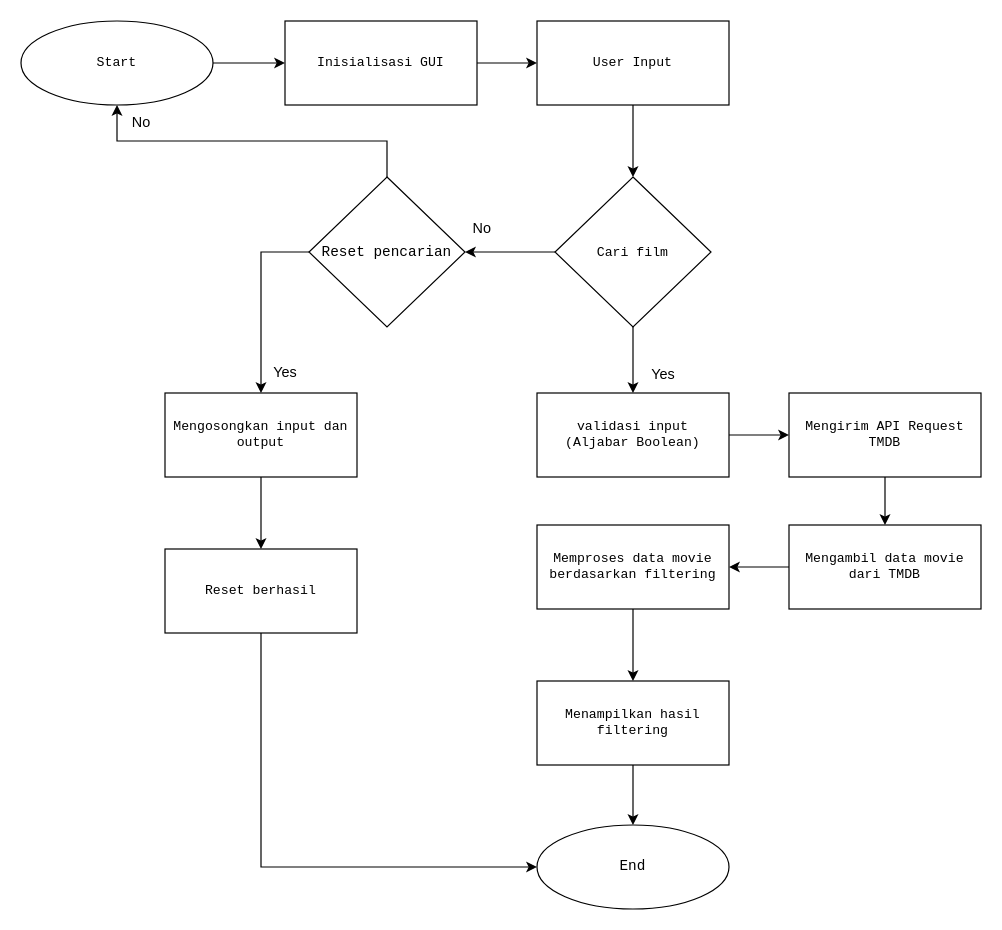
Above: Untitled Diagram.drawio in rizabraum/moviefilters (draw.io), before the change. Source tidied: cells renumbered, new cells numbered last; positions are measured from the earlier drawing's top-left corner, leaving out a move shared by most shapes. Both pictures are drawn from the tidied source at 120%, with x=0, y=0 at pixel (20, 20).
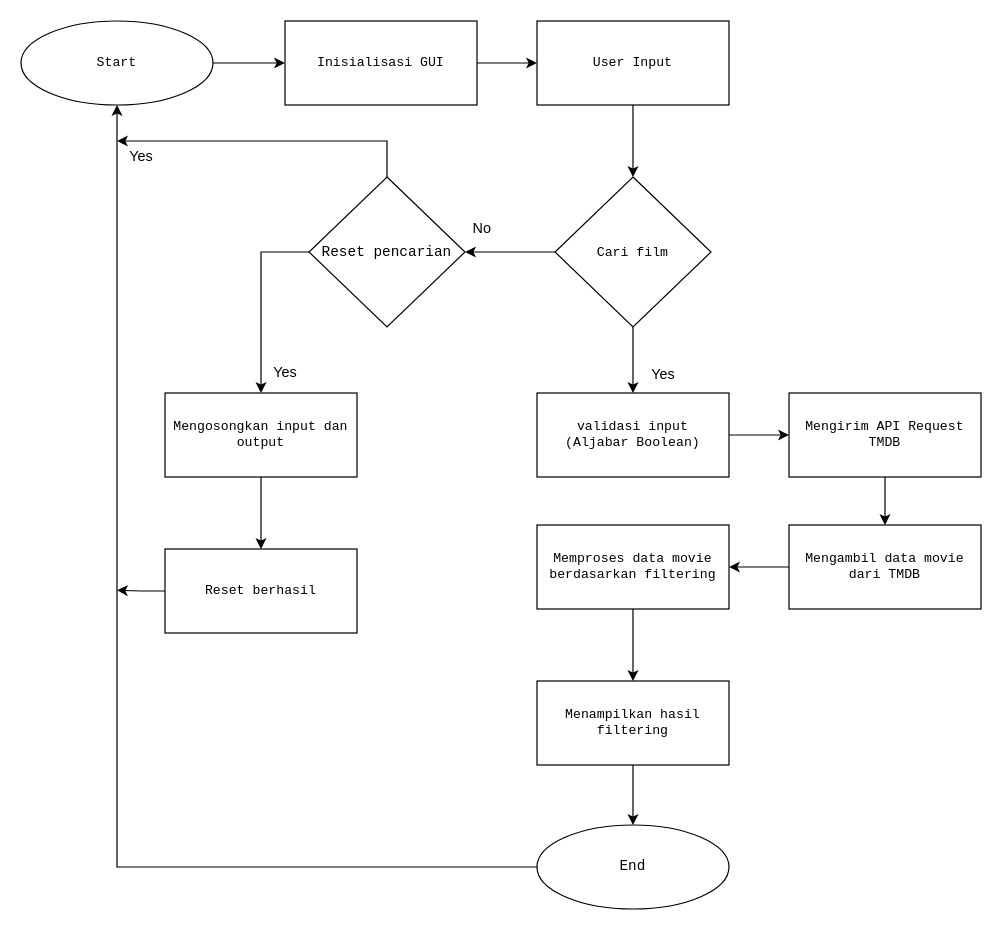
The same page after the edit.

The change refers to these unchanged cells:
```xml
<mxCell id="3" value="Start" style="ellipse;whiteSpace=wrap;html=1;fontFamily=Courier New;fontSize=11;" parent="1" vertex="1">
  <mxGeometry width="160" height="70" as="geometry" />
</mxCell>
<mxCell id="22" value="End" style="ellipse;whiteSpace=wrap;html=1;fontFamily=Courier New;" parent="1" vertex="1">
  <mxGeometry x="430" y="670" width="160" height="70" as="geometry" />
</mxCell>
<mxCell id="26" value="Reset pencarian" style="rhombus;whiteSpace=wrap;html=1;fontFamily=Courier New;" parent="1" vertex="1">
  <mxGeometry x="240" y="130" width="130" height="125" as="geometry" />
</mxCell>
<mxCell id="28" value="Reset berhasil" style="whiteSpace=wrap;html=1;fontSize=11;fontFamily=Courier New;" parent="1" vertex="1">
  <mxGeometry x="120" y="440" width="160" height="70" as="geometry" />
</mxCell>
```

Diff of the diagram source:
```diff
@@
+    <mxCell id="33" style="edgeStyle=orthogonalEdgeStyle;rounded=0;jettySize=auto;html=1;entryX=0.5;entryY=1;entryDx=0;entryDy=0;" parent="1" edge="1" source="22" target="3">
+      <mxGeometry relative="1" as="geometry" />
+    </mxCell>
@@
-    <mxCell id="25" style="edgeStyle=orthogonalEdgeStyle;rounded=0;jettySize=auto;html=1;exitX=0.5;exitY=0;exitDx=0;exitDy=0;entryX=0.5;entryY=1;entryDx=0;entryDy=0;" parent="1" edge="1" source="26" target="3">
-      <mxGeometry relative="1" as="geometry" />
-    </mxCell>
+    <mxCell id="34" style="edgeStyle=orthogonalEdgeStyle;rounded=0;jettySize=auto;html=1;exitX=0.5;exitY=0;exitDx=0;exitDy=0;" parent="1" edge="1" source="26">
+      <mxGeometry relative="1" as="geometry">
+        <mxPoint x="80" y="100" as="targetPoint" />
+        <Array as="points">
+          <mxPoint x="305" y="120" />
+          <mxPoint x="305" y="120" />
+        </Array>
+      </mxGeometry>
+    </mxCell>
@@
-    <mxCell id="27" style="edgeStyle=orthogonalEdgeStyle;rounded=0;jettySize=auto;html=1;exitX=0.5;exitY=1;exitDx=0;exitDy=0;entryX=0;entryY=0.5;entryDx=0;entryDy=0;" parent="1" edge="1" source="28" target="22">
-      <mxGeometry relative="1" as="geometry" />
-    </mxCell>
+    <mxCell id="35" style="edgeStyle=orthogonalEdgeStyle;rounded=0;jettySize=auto;html=1;exitX=0;exitY=0.5;exitDx=0;exitDy=0;" parent="1" edge="1" source="28">
+      <mxGeometry relative="1" as="geometry">
+        <mxPoint x="80" y="474.4" as="targetPoint" />
+      </mxGeometry>
+    </mxCell>
@@
-    <mxCell id="31" value="No" style="text;html=1;align=center;verticalAlign=middle;strokeColor=none;fillColor=none;" parent="1" vertex="1">
-      <mxGeometry x="80" y="70" width="40" height="30" as="geometry" />
-    </mxCell>
@@
+    <mxCell id="36" value="Yes" style="text;html=1;align=center;verticalAlign=middle;strokeColor=none;fillColor=none;" parent="1" vertex="1">
+      <mxGeometry x="80" y="98" width="40" height="30" as="geometry" />
+    </mxCell>
```
